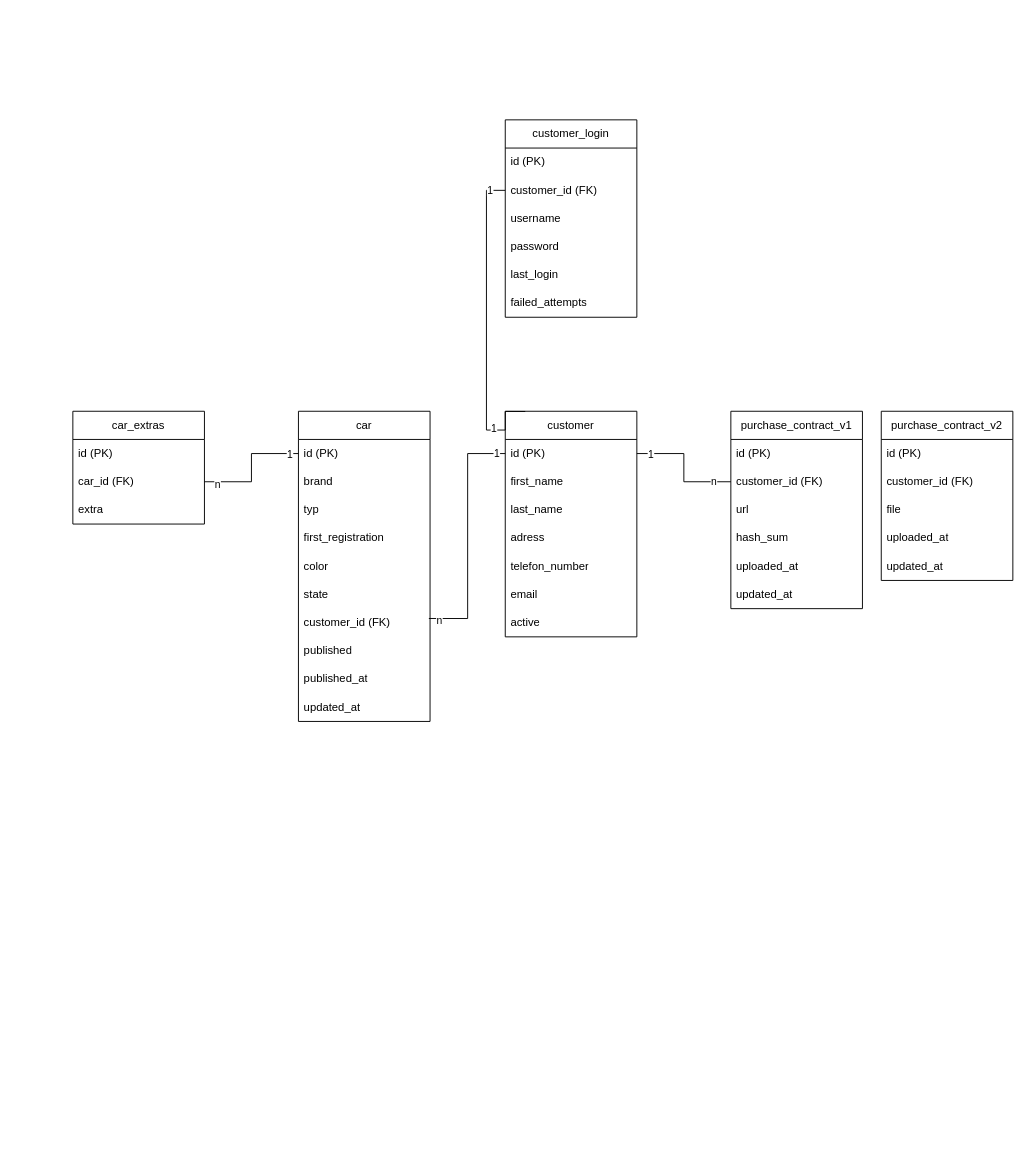
Earlier version of the draw.io diagram ralfs-automarkt-24.drawio (yorck25/ralfs-automarkt-24). Source tidied: cells renumbered, new cells numbered last; positions are measured from the earlier drawing's top-left corner, leaving out a move shared by most shapes. Both pictures are drawn from the tidied source at 94%, with x=0, y=0 at pixel (72, 119).
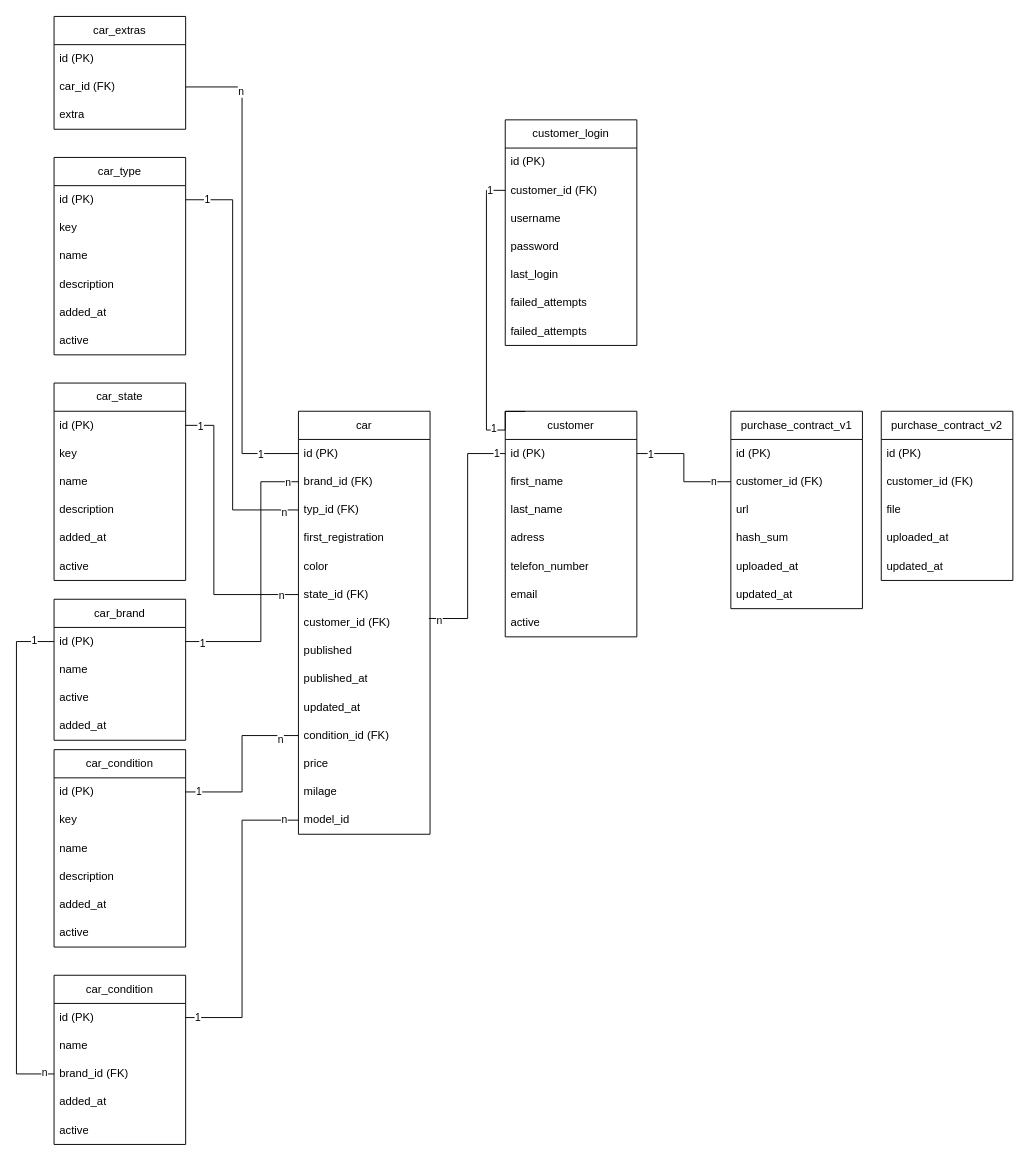
The same page after the edit.

Unchanged cells that the change refers to:
```xml
<mxCell id="28" style="edgeStyle=orthogonalEdgeStyle;rounded=0;jettySize=auto;html=1;entryX=0;entryY=0.5;entryDx=0;entryDy=0;endArrow=none;endFill=0;" parent="1" edge="1" source="26" target="3">
  <mxGeometry relative="1" as="geometry" />
</mxCell>
```

What changed in the source:
```diff
@@
     <mxCell id="2" value="car" style="swimlane;fontStyle=0;horizontal=1;startSize=30;whiteSpace=wrap;html=1;" parent="1" vertex="1">
-      <mxGeometry x="240" y="310" width="140" height="330" as="geometry" />
+      <mxGeometry x="240" y="310" width="140" height="450" as="geometry" />
     </mxCell>
@@
-    <mxCell id="4" value="brand" style="text;strokeColor=none;fillColor=none;align=left;verticalAlign=middle;spacingLeft=4;spacingRight=4;overflow=hidden;points=[[0,0.5],[1,0.5]];portConstraint=eastwest;whiteSpace=wrap;html=1;" parent="2" vertex="1">
+    <mxCell id="4" value="brand_id (FK)" style="text;strokeColor=none;fillColor=none;align=left;verticalAlign=middle;spacingLeft=4;spacingRight=4;overflow=hidden;points=[[0,0.5],[1,0.5]];portConstraint=eastwest;whiteSpace=wrap;html=1;" parent="2" vertex="1">
       <mxGeometry y="60" width="140" height="30" as="geometry" />
     </mxCell>
-    <mxCell id="5" value="typ" style="text;strokeColor=none;fillColor=none;align=left;verticalAlign=middle;spacingLeft=4;spacingRight=4;overflow=hidden;points=[[0,0.5],[1,0.5]];portConstraint=eastwest;whiteSpace=wrap;html=1;" parent="2" vertex="1">
+    <mxCell id="5" value="typ_id (FK)" style="text;strokeColor=none;fillColor=none;align=left;verticalAlign=middle;spacingLeft=4;spacingRight=4;overflow=hidden;points=[[0,0.5],[1,0.5]];portConstraint=eastwest;whiteSpace=wrap;html=1;" parent="2" vertex="1">
       <mxGeometry y="90" width="140" height="30" as="geometry" />
     </mxCell>
@@
-    <mxCell id="8" value="state" style="text;strokeColor=none;fillColor=none;align=left;verticalAlign=middle;spacingLeft=4;spacingRight=4;overflow=hidden;points=[[0,0.5],[1,0.5]];portConstraint=eastwest;whiteSpace=wrap;html=1;" parent="2" vertex="1">
+    <mxCell id="8" value="state_id (FK)" style="text;strokeColor=none;fillColor=none;align=left;verticalAlign=middle;spacingLeft=4;spacingRight=4;overflow=hidden;points=[[0,0.5],[1,0.5]];portConstraint=eastwest;whiteSpace=wrap;html=1;" parent="2" vertex="1">
       <mxGeometry y="180" width="140" height="30" as="geometry" />
     </mxCell>
@@
+    <mxCell id="57" value="condition_id (FK)" style="text;strokeColor=none;fillColor=none;align=left;verticalAlign=middle;spacingLeft=4;spacingRight=4;overflow=hidden;points=[[0,0.5],[1,0.5]];portConstraint=eastwest;whiteSpace=wrap;html=1;" parent="2" vertex="1">
+      <mxGeometry y="330" width="140" height="30" as="geometry" />
+    </mxCell>
+    <mxCell id="58" value="price" style="text;strokeColor=none;fillColor=none;align=left;verticalAlign=middle;spacingLeft=4;spacingRight=4;overflow=hidden;whiteSpace=wrap;html=1;" parent="2" vertex="1">
+      <mxGeometry y="360" width="140" height="30" as="geometry" />
+    </mxCell>
+    <mxCell id="59" value="milage" style="text;strokeColor=none;fillColor=none;align=left;verticalAlign=middle;spacingLeft=4;spacingRight=4;overflow=hidden;whiteSpace=wrap;html=1;" parent="2" vertex="1">
+      <mxGeometry y="390" width="140" height="30" as="geometry" />
+    </mxCell>
+    <mxCell id="60" value="model_id" style="text;strokeColor=none;fillColor=none;align=left;verticalAlign=middle;spacingLeft=4;spacingRight=4;overflow=hidden;points=[[0,0.5],[1,0.5]];portConstraint=eastwest;whiteSpace=wrap;html=1;" parent="2" vertex="1">
+      <mxGeometry y="420" width="140" height="30" as="geometry" />
+    </mxCell>
@@
     <mxCell id="24" value="car_extras" style="swimlane;fontStyle=0;horizontal=1;startSize=30;whiteSpace=wrap;html=1;" parent="1" vertex="1">
-      <mxGeometry y="310" width="140" height="120" as="geometry" />
+      <mxGeometry x="-20" y="-110" width="140" height="120" as="geometry" />
     </mxCell>
@@
-    <mxCell id="29" value="n" style="edgeLabel;html=1;align=center;verticalAlign=middle;" parent="28" vertex="1">
+    <mxCell id="29" value="&lt;div&gt;&lt;br&gt;&lt;/div&gt;" style="edgeLabel;html=1;align=center;verticalAlign=middle;" parent="28" vertex="1">
       <mxGeometry x="-0.8" y="-2" relative="1" as="geometry" />
     </mxCell>
@@
+    <mxCell id="61" value="n" style="edgeLabel;html=1;align=center;verticalAlign=middle;" parent="28" vertex="1">
+      <mxGeometry x="-0.75" y="-2" relative="1" as="geometry" />
+    </mxCell>
@@
     <mxCell id="47" value="customer_login" style="swimlane;fontStyle=0;horizontal=1;startSize=30;whiteSpace=wrap;html=1;" parent="1" vertex="1">
-      <mxGeometry x="460" width="140" height="210" as="geometry" />
+      <mxGeometry x="460" width="140" height="240" as="geometry" />
     </mxCell>
@@
+    <mxCell id="62" value="failed_attempts" style="text;strokeColor=none;fillColor=none;align=left;verticalAlign=middle;spacingLeft=4;spacingRight=4;overflow=hidden;whiteSpace=wrap;html=1;" parent="47" vertex="1">
+      <mxGeometry y="210" width="140" height="30" as="geometry" />
+    </mxCell>
@@
+    <mxCell id="63" value="car_brand" style="swimlane;fontStyle=0;horizontal=1;startSize=30;whiteSpace=wrap;html=1;" parent="1" vertex="1">
+      <mxGeometry x="-20" y="510" width="140" height="150" as="geometry" />
+    </mxCell>
+    <mxCell id="64" value="id (PK)" style="text;strokeColor=none;fillColor=none;align=left;verticalAlign=middle;spacingLeft=4;spacingRight=4;overflow=hidden;points=[[0,0.5],[1,0.5]];portConstraint=eastwest;whiteSpace=wrap;html=1;" parent="63" vertex="1">
+      <mxGeometry y="30" width="140" height="30" as="geometry" />
+    </mxCell>
+    <mxCell id="65" value="name" style="text;strokeColor=none;fillColor=none;align=left;verticalAlign=middle;spacingLeft=4;spacingRight=4;overflow=hidden;whiteSpace=wrap;html=1;" parent="63" vertex="1">
+      <mxGeometry y="60" width="140" height="30" as="geometry" />
+    </mxCell>
+    <mxCell id="66" value="active" style="text;strokeColor=none;fillColor=none;align=left;verticalAlign=middle;spacingLeft=4;spacingRight=4;overflow=hidden;whiteSpace=wrap;html=1;" parent="63" vertex="1">
+      <mxGeometry y="90" width="140" height="30" as="geometry" />
+    </mxCell>
+    <mxCell id="67" value="added_at" style="text;strokeColor=none;fillColor=none;align=left;verticalAlign=middle;spacingLeft=4;spacingRight=4;overflow=hidden;whiteSpace=wrap;html=1;" parent="63" vertex="1">
+      <mxGeometry y="120" width="140" height="30" as="geometry" />
+    </mxCell>
+    <mxCell id="68" style="edgeStyle=orthogonalEdgeStyle;rounded=0;jettySize=auto;html=1;entryX=0;entryY=0.5;entryDx=0;entryDy=0;endArrow=none;endFill=0;" parent="1" edge="1" source="64" target="4">
+      <mxGeometry relative="1" as="geometry">
+        <Array as="points">
+          <mxPoint x="200" y="555" />
+          <mxPoint x="200" y="385" />
+        </Array>
+      </mxGeometry>
+    </mxCell>
+    <mxCell id="69" value="1" style="edgeLabel;html=1;align=center;verticalAlign=middle;" parent="68" vertex="1">
+      <mxGeometry x="-0.88" y="-1" relative="1" as="geometry" />
+    </mxCell>
+    <mxCell id="70" value="n" style="edgeLabel;html=1;align=center;verticalAlign=middle;" parent="68" vertex="1">
+      <mxGeometry x="0.92" relative="1" as="geometry" />
+    </mxCell>
+    <mxCell id="71" value="car_condition" style="swimlane;fontStyle=0;horizontal=1;startSize=30;whiteSpace=wrap;html=1;" parent="1" vertex="1">
+      <mxGeometry x="-20" y="670" width="140" height="210" as="geometry" />
+    </mxCell>
+    <mxCell id="72" value="id (PK)" style="text;strokeColor=none;fillColor=none;align=left;verticalAlign=middle;spacingLeft=4;spacingRight=4;overflow=hidden;points=[[0,0.5],[1,0.5]];portConstraint=eastwest;whiteSpace=wrap;html=1;" parent="71" vertex="1">
+      <mxGeometry y="30" width="140" height="30" as="geometry" />
+    </mxCell>
+    <mxCell id="73" value="key" style="text;strokeColor=none;fillColor=none;align=left;verticalAlign=middle;spacingLeft=4;spacingRight=4;overflow=hidden;whiteSpace=wrap;html=1;" parent="71" vertex="1">
+      <mxGeometry y="60" width="140" height="30" as="geometry" />
+    </mxCell>
+    <mxCell id="74" value="name" style="text;strokeColor=none;fillColor=none;align=left;verticalAlign=middle;spacingLeft=4;spacingRight=4;overflow=hidden;whiteSpace=wrap;html=1;" parent="71" vertex="1">
+      <mxGeometry y="90" width="140" height="30" as="geometry" />
+    </mxCell>
+    <mxCell id="75" value="description" style="text;strokeColor=none;fillColor=none;align=left;verticalAlign=middle;spacingLeft=4;spacingRight=4;overflow=hidden;whiteSpace=wrap;html=1;" parent="71" vertex="1">
+      <mxGeometry y="120" width="140" height="30" as="geometry" />
+    </mxCell>
+    <mxCell id="76" value="added_at" style="text;strokeColor=none;fillColor=none;align=left;verticalAlign=middle;spacingLeft=4;spacingRight=4;overflow=hidden;whiteSpace=wrap;html=1;" parent="71" vertex="1">
+      <mxGeometry y="150" width="140" height="30" as="geometry" />
+    </mxCell>
+    <mxCell id="77" value="active" style="text;strokeColor=none;fillColor=none;align=left;verticalAlign=middle;spacingLeft=4;spacingRight=4;overflow=hidden;whiteSpace=wrap;html=1;" parent="71" vertex="1">
+      <mxGeometry y="180" width="140" height="30" as="geometry" />
+    </mxCell>
+    <mxCell id="78" style="edgeStyle=orthogonalEdgeStyle;rounded=0;jettySize=auto;html=1;endArrow=none;endFill=0;" parent="1" edge="1" source="57" target="72">
+      <mxGeometry relative="1" as="geometry" />
+    </mxCell>
+    <mxCell id="79" value="1" style="edgeLabel;html=1;align=center;verticalAlign=middle;" parent="78" vertex="1">
+      <mxGeometry x="0.86" y="-1" relative="1" as="geometry" />
+    </mxCell>
+    <mxCell id="80" value="n" style="edgeLabel;html=1;align=center;verticalAlign=middle;" parent="78" vertex="1">
+      <mxGeometry x="-0.78" y="3" relative="1" as="geometry" />
+    </mxCell>
+    <mxCell id="81" value="car_state" style="swimlane;fontStyle=0;horizontal=1;startSize=30;whiteSpace=wrap;html=1;" parent="1" vertex="1">
+      <mxGeometry x="-20" y="280" width="140" height="210" as="geometry" />
+    </mxCell>
+    <mxCell id="82" value="id (PK)" style="text;strokeColor=none;fillColor=none;align=left;verticalAlign=middle;spacingLeft=4;spacingRight=4;overflow=hidden;points=[[0,0.5],[1,0.5]];portConstraint=eastwest;whiteSpace=wrap;html=1;" parent="81" vertex="1">
+      <mxGeometry y="30" width="140" height="30" as="geometry" />
+    </mxCell>
+    <mxCell id="83" value="key" style="text;strokeColor=none;fillColor=none;align=left;verticalAlign=middle;spacingLeft=4;spacingRight=4;overflow=hidden;whiteSpace=wrap;html=1;" parent="81" vertex="1">
+      <mxGeometry y="60" width="140" height="30" as="geometry" />
+    </mxCell>
+    <mxCell id="84" value="name" style="text;strokeColor=none;fillColor=none;align=left;verticalAlign=middle;spacingLeft=4;spacingRight=4;overflow=hidden;whiteSpace=wrap;html=1;" parent="81" vertex="1">
+      <mxGeometry y="90" width="140" height="30" as="geometry" />
+    </mxCell>
+    <mxCell id="85" value="description" style="text;strokeColor=none;fillColor=none;align=left;verticalAlign=middle;spacingLeft=4;spacingRight=4;overflow=hidden;whiteSpace=wrap;html=1;" parent="81" vertex="1">
+      <mxGeometry y="120" width="140" height="30" as="geometry" />
+    </mxCell>
+    <mxCell id="86" value="added_at" style="text;strokeColor=none;fillColor=none;align=left;verticalAlign=middle;spacingLeft=4;spacingRight=4;overflow=hidden;whiteSpace=wrap;html=1;" parent="81" vertex="1">
+      <mxGeometry y="150" width="140" height="30" as="geometry" />
+    </mxCell>
+    <mxCell id="87" value="active" style="text;strokeColor=none;fillColor=none;align=left;verticalAlign=middle;spacingLeft=4;spacingRight=4;overflow=hidden;whiteSpace=wrap;html=1;" parent="81" vertex="1">
+      <mxGeometry y="180" width="140" height="30" as="geometry" />
+    </mxCell>
+    <mxCell id="88" style="edgeStyle=orthogonalEdgeStyle;rounded=0;jettySize=auto;html=1;entryX=0;entryY=0.5;entryDx=0;entryDy=0;endArrow=none;endFill=0;" parent="1" edge="1" source="82" target="8">
+      <mxGeometry relative="1" as="geometry">
+        <Array as="points">
+          <mxPoint x="150" y="325" />
+          <mxPoint x="150" y="505" />
+        </Array>
+      </mxGeometry>
+    </mxCell>
+    <mxCell id="89" value="1" style="edgeLabel;html=1;align=center;verticalAlign=middle;" parent="88" vertex="1">
+      <mxGeometry x="-0.9" relative="1" as="geometry" />
+    </mxCell>
+    <mxCell id="90" value="n" style="edgeLabel;html=1;align=center;verticalAlign=middle;" parent="88" vertex="1">
+      <mxGeometry x="0.87" relative="1" as="geometry" />
+    </mxCell>
+    <mxCell id="91" value="car_type" style="swimlane;fontStyle=0;horizontal=1;startSize=30;whiteSpace=wrap;html=1;" parent="1" vertex="1">
+      <mxGeometry x="-20" y="40" width="140" height="210" as="geometry" />
+    </mxCell>
+    <mxCell id="92" value="id (PK)" style="text;strokeColor=none;fillColor=none;align=left;verticalAlign=middle;spacingLeft=4;spacingRight=4;overflow=hidden;points=[[0,0.5],[1,0.5]];portConstraint=eastwest;whiteSpace=wrap;html=1;" parent="91" vertex="1">
+      <mxGeometry y="30" width="140" height="30" as="geometry" />
+    </mxCell>
+    <mxCell id="93" value="key" style="text;strokeColor=none;fillColor=none;align=left;verticalAlign=middle;spacingLeft=4;spacingRight=4;overflow=hidden;whiteSpace=wrap;html=1;" parent="91" vertex="1">
+      <mxGeometry y="60" width="140" height="30" as="geometry" />
+    </mxCell>
+    <mxCell id="94" value="name" style="text;strokeColor=none;fillColor=none;align=left;verticalAlign=middle;spacingLeft=4;spacingRight=4;overflow=hidden;whiteSpace=wrap;html=1;" parent="91" vertex="1">
+      <mxGeometry y="90" width="140" height="30" as="geometry" />
+    </mxCell>
+    <mxCell id="95" value="description" style="text;strokeColor=none;fillColor=none;align=left;verticalAlign=middle;spacingLeft=4;spacingRight=4;overflow=hidden;whiteSpace=wrap;html=1;" parent="91" vertex="1">
+      <mxGeometry y="120" width="140" height="30" as="geometry" />
+    </mxCell>
+    <mxCell id="96" value="added_at" style="text;strokeColor=none;fillColor=none;align=left;verticalAlign=middle;spacingLeft=4;spacingRight=4;overflow=hidden;whiteSpace=wrap;html=1;" parent="91" vertex="1">
+      <mxGeometry y="150" width="140" height="30" as="geometry" />
+    </mxCell>
+    <mxCell id="97" value="active" style="text;strokeColor=none;fillColor=none;align=left;verticalAlign=middle;spacingLeft=4;spacingRight=4;overflow=hidden;whiteSpace=wrap;html=1;" parent="91" vertex="1">
+      <mxGeometry y="180" width="140" height="30" as="geometry" />
+    </mxCell>
+    <mxCell id="98" style="edgeStyle=orthogonalEdgeStyle;rounded=0;jettySize=auto;html=1;entryX=0;entryY=0.5;entryDx=0;entryDy=0;endArrow=none;endFill=0;" parent="1" edge="1" source="92" target="5">
+      <mxGeometry relative="1" as="geometry">
+        <Array as="points">
+          <mxPoint x="170" y="85" />
+          <mxPoint x="170" y="415" />
+        </Array>
+      </mxGeometry>
+    </mxCell>
+    <mxCell id="99" value="n" style="edgeLabel;html=1;align=center;verticalAlign=middle;" parent="98" vertex="1">
+      <mxGeometry x="0.93" y="-2" relative="1" as="geometry" />
+    </mxCell>
+    <mxCell id="100" value="1" style="edgeLabel;html=1;align=center;verticalAlign=middle;" parent="98" vertex="1">
+      <mxGeometry x="-0.9" y="1" relative="1" as="geometry" />
+    </mxCell>
+    <mxCell id="101" value="car_condition" style="swimlane;fontStyle=0;horizontal=1;startSize=30;whiteSpace=wrap;html=1;" parent="1" vertex="1">
+      <mxGeometry x="-20" y="910" width="140" height="180" as="geometry" />
+    </mxCell>
+    <mxCell id="102" value="id (PK)" style="text;strokeColor=none;fillColor=none;align=left;verticalAlign=middle;spacingLeft=4;spacingRight=4;overflow=hidden;points=[[0,0.5],[1,0.5]];portConstraint=eastwest;whiteSpace=wrap;html=1;" parent="101" vertex="1">
+      <mxGeometry y="30" width="140" height="30" as="geometry" />
+    </mxCell>
+    <mxCell id="103" value="name" style="text;strokeColor=none;fillColor=none;align=left;verticalAlign=middle;spacingLeft=4;spacingRight=4;overflow=hidden;whiteSpace=wrap;html=1;" parent="101" vertex="1">
+      <mxGeometry y="60" width="140" height="30" as="geometry" />
+    </mxCell>
+    <mxCell id="104" value="brand_id (FK)" style="text;strokeColor=none;fillColor=none;align=left;verticalAlign=middle;spacingLeft=4;spacingRight=4;overflow=hidden;points=[[0,0.5],[1,0.5]];portConstraint=eastwest;whiteSpace=wrap;html=1;" parent="101" vertex="1">
+      <mxGeometry y="90" width="140" height="30" as="geometry" />
+    </mxCell>
+    <mxCell id="105" value="added_at" style="text;strokeColor=none;fillColor=none;align=left;verticalAlign=middle;spacingLeft=4;spacingRight=4;overflow=hidden;whiteSpace=wrap;html=1;" parent="101" vertex="1">
+      <mxGeometry y="120" width="140" height="30" as="geometry" />
+    </mxCell>
+    <mxCell id="106" value="active" style="text;strokeColor=none;fillColor=none;align=left;verticalAlign=middle;spacingLeft=4;spacingRight=4;overflow=hidden;whiteSpace=wrap;html=1;" parent="101" vertex="1">
+      <mxGeometry y="150" width="140" height="30" as="geometry" />
+    </mxCell>
+    <mxCell id="107" style="edgeStyle=orthogonalEdgeStyle;rounded=0;jettySize=auto;html=1;entryX=0;entryY=0.5;entryDx=0;entryDy=0;endArrow=none;endFill=0;" parent="1" edge="1" source="102" target="60">
+      <mxGeometry relative="1" as="geometry" />
+    </mxCell>
+    <mxCell id="108" value="n" style="edgeLabel;html=1;align=center;verticalAlign=middle;" parent="107" vertex="1">
+      <mxGeometry x="0.9" y="1" relative="1" as="geometry" />
+    </mxCell>
+    <mxCell id="109" value="1" style="edgeLabel;html=1;align=center;verticalAlign=middle;" parent="107" vertex="1">
+      <mxGeometry x="-0.93" y="1" relative="1" as="geometry" />
+    </mxCell>
+    <mxCell id="110" style="edgeStyle=orthogonalEdgeStyle;rounded=0;jettySize=auto;html=1;entryX=0;entryY=0.5;entryDx=0;entryDy=0;endArrow=none;endFill=0;" parent="1" edge="1" source="104" target="64">
+      <mxGeometry relative="1" as="geometry">
+        <Array as="points">
+          <mxPoint x="-60" y="1015" />
+          <mxPoint x="-60" y="555" />
+        </Array>
+      </mxGeometry>
+    </mxCell>
+    <mxCell id="111" value="n" style="edgeLabel;html=1;align=center;verticalAlign=middle;" parent="110" vertex="1">
+      <mxGeometry x="-0.96" y="-2" relative="1" as="geometry" />
+    </mxCell>
+    <mxCell id="112" value="1" style="edgeLabel;html=1;align=center;verticalAlign=middle;" parent="110" vertex="1">
+      <mxGeometry x="0.92" y="2" relative="1" as="geometry" />
+    </mxCell>
```
